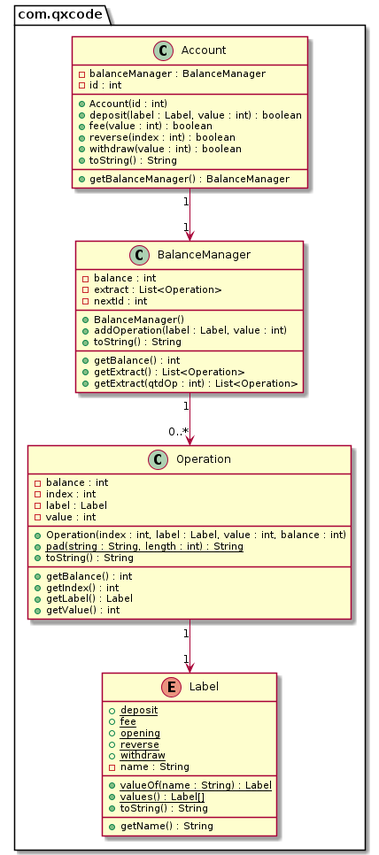
The PlantUML diagram base/007/diagrama.png in qxcodepoo/arcade, before a commit. Source of this version:
```plantuml
@startuml
package com.qxcode {
  class Account {
    - balanceManager : BalanceManager
    - id : int
    __
    + Account(id : int)
    + deposit(label : Label, value : int) : boolean
    + fee(value : int) : boolean
    + reverse(index : int) : boolean
    + withdraw(value : int) : boolean
    + toString() : String
    __
    + getBalanceManager() : BalanceManager
  }
  class BalanceManager {
    - balance : int
    - extract : List<Operation>
    - nextId : int
    __
    + BalanceManager()
    + addOperation(label : Label, value : int)
    + toString() : String
    __
    + getBalance() : int
    + getExtract() : List<Operation>
    + getExtract(qtdOp : int) : List<Operation>
  }
  enum Label {
    + deposit {static}
    + fee {static}
    + opening {static}
    + reverse {static}
    + withdraw {static}
    - name : String
    __
    + valueOf(name : String) : Label {static}
    + values() : Label[] {static}
    + toString() : String
    __
    + getName() : String
  }
  class Operation {
    - balance : int
    - index : int
    - label : Label
    - value : int
    __
    + Operation(index : int, label : Label, value : int, balance : int)
    + pad(string : String, length : int) : String {static}
    + toString() : String
    __
    + getBalance() : int
    + getIndex() : int
    + getLabel() : Label
    + getValue() : int
  }
}
Account "1" -->  "1" BalanceManager
BalanceManager "1" -->  "0..*" Operation
Operation "1" -->  "1" Label
@enduml
```
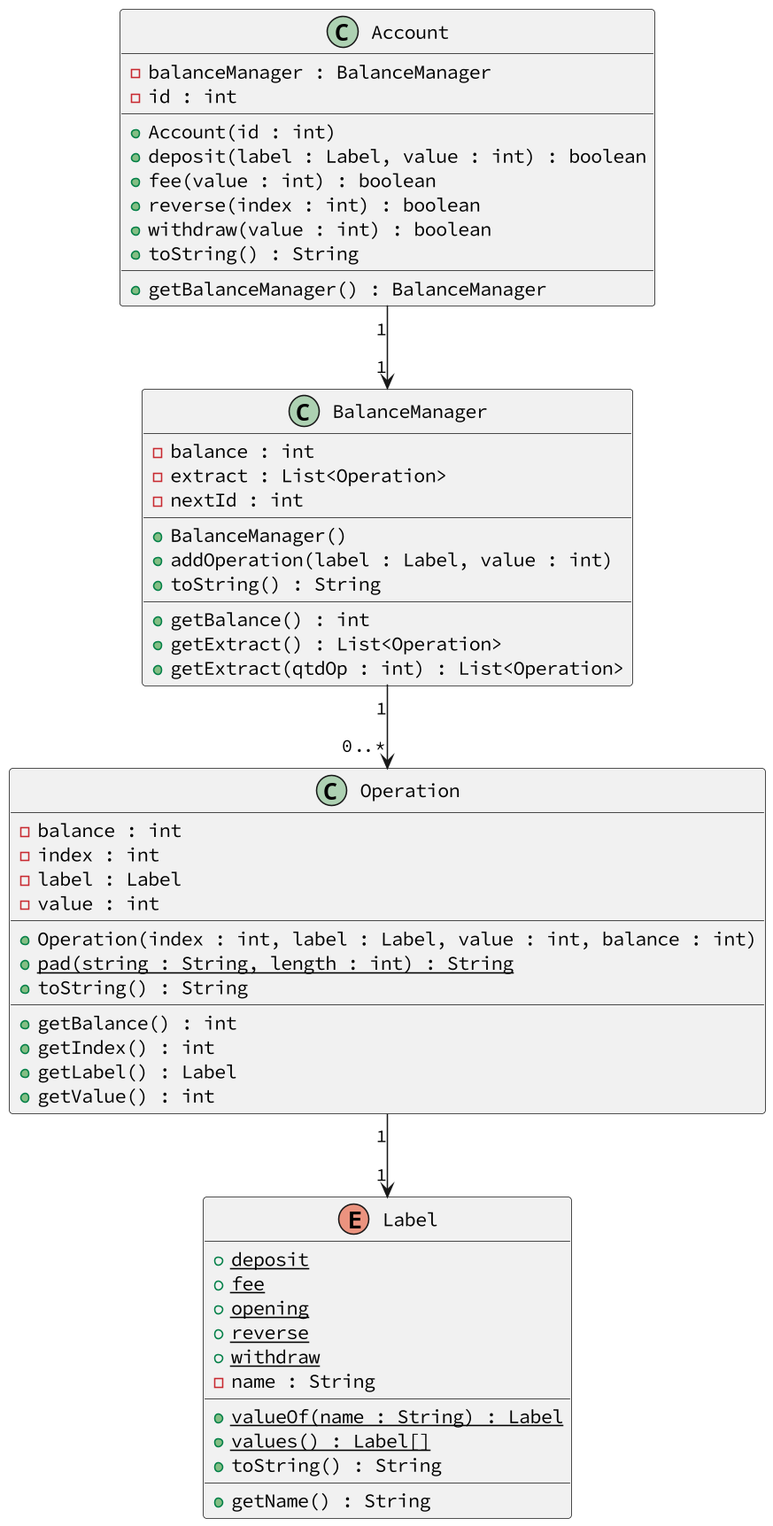
After the change.

Diff of the diagram source:
```diff
@@ -1,60 +1,60 @@
 @startuml
-package com.qxcode {
-  class Account {
-    - balanceManager : BalanceManager
-    - id : int
-    __
-    + Account(id : int)
-    + deposit(label : Label, value : int) : boolean
-    + fee(value : int) : boolean
-    + reverse(index : int) : boolean
-    + withdraw(value : int) : boolean
-    + toString() : String
-    __
-    + getBalanceManager() : BalanceManager
-  }
-  class BalanceManager {
-    - balance : int
-    - extract : List<Operation>
-    - nextId : int
-    __
-    + BalanceManager()
-    + addOperation(label : Label, value : int)
-    + toString() : String
-    __
-    + getBalance() : int
-    + getExtract() : List<Operation>
-    + getExtract(qtdOp : int) : List<Operation>
-  }
-  enum Label {
-    + deposit {static}
-    + fee {static}
-    + opening {static}
-    + reverse {static}
-    + withdraw {static}
-    - name : String
-    __
-    + valueOf(name : String) : Label {static}
-    + values() : Label[] {static}
-    + toString() : String
-    __
-    + getName() : String
-  }
-  class Operation {
-    - balance : int
-    - index : int
-    - label : Label
-    - value : int
-    __
-    + Operation(index : int, label : Label, value : int, balance : int)
-    + pad(string : String, length : int) : String {static}
-    + toString() : String
-    __
-    + getBalance() : int
-    + getIndex() : int
-    + getLabel() : Label
-    + getValue() : int
-  }
+skinparam defaultFontName Hasklig
+skinparam dpi 150
+class Account {
+  - balanceManager : BalanceManager
+  - id : int
+  __
+  + Account(id : int)
+  + deposit(label : Label, value : int) : boolean
+  + fee(value : int) : boolean
+  + reverse(index : int) : boolean
+  + withdraw(value : int) : boolean
+  + toString() : String
+  __
+  + getBalanceManager() : BalanceManager
+}
+class BalanceManager {
+  - balance : int
+  - extract : List<Operation>
+  - nextId : int
+  __
+  + BalanceManager()
+  + addOperation(label : Label, value : int)
+  + toString() : String
+  __
+  + getBalance() : int
+  + getExtract() : List<Operation>
+  + getExtract(qtdOp : int) : List<Operation>
+}
+enum Label {
+  + deposit {static}
+  + fee {static}
+  + opening {static}
+  + reverse {static}
+  + withdraw {static}
+  - name : String
+  __
+  + valueOf(name : String) : Label {static}
+  + values() : Label[] {static}
+  + toString() : String
+  __
+  + getName() : String
+}
+class Operation {
+  - balance : int
+  - index : int
+  - label : Label
+  - value : int
+  __
+  + Operation(index : int, label : Label, value : int, balance : int)
+  + pad(string : String, length : int) : String {static}
+  + toString() : String
+  __
+  + getBalance() : int
+  + getIndex() : int
+  + getLabel() : Label
+  + getValue() : int
 }
 Account "1" -->  "1" BalanceManager
 BalanceManager "1" -->  "0..*" Operation
```
